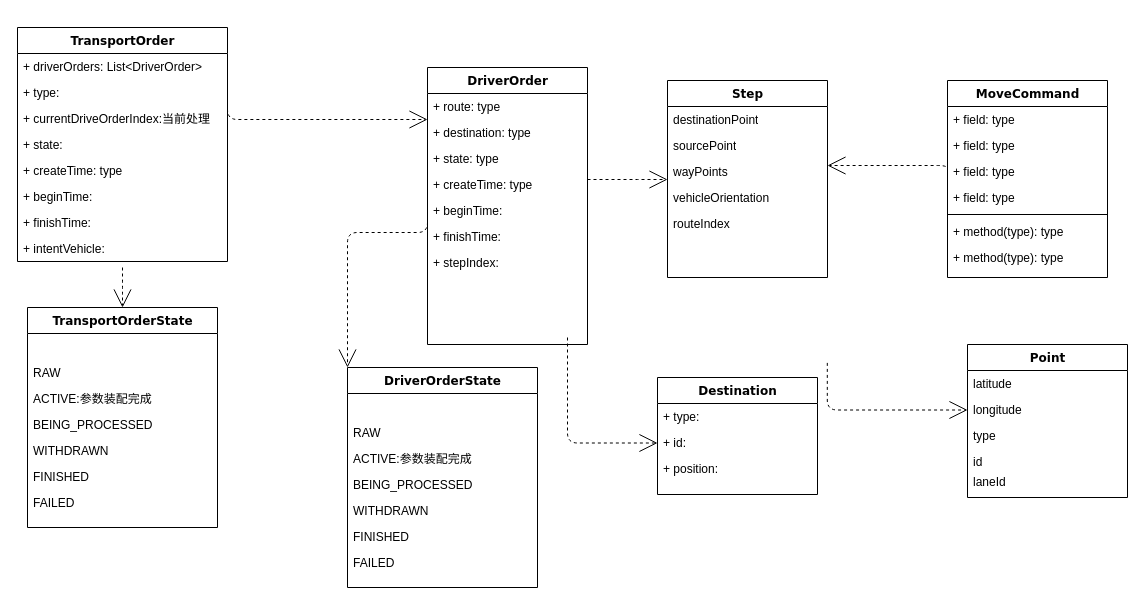
Above: 架构/领域类.drawio in c825503724/fms (draw.io), before the change. Source tidied: cells renumbered, new cells numbered last; positions are measured from the earlier drawing's top-left corner, leaving out a move shared by most shapes. Both pictures are drawn from the tidied source at 100%, with x=0, y=0 at pixel (17, 27).
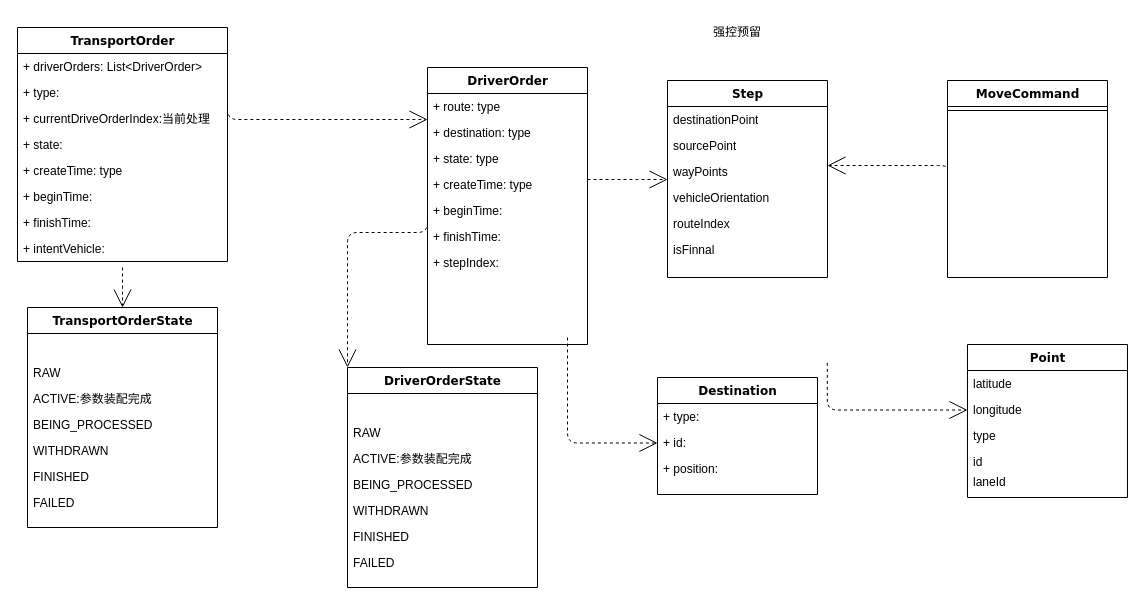
The same diagram, later.

Commit message:
更新领域类.drawio

Unchanged cells that the change refers to:
```xml
<mxCell id="21" value="Step" style="swimlane;html=1;fontStyle=1;align=center;verticalAlign=top;horizontal=1;startSize=26;swimlaneFillColor=#ffffff;rounded=0;shadow=0;comic=0;labelBackgroundColor=none;strokeWidth=1;fillColor=none;fontFamily=Verdana;fontSize=12;" parent="1" vertex="1">
  <mxGeometry x="650" y="53" width="160" height="197" as="geometry" />
</mxCell>
<mxCell id="50" value="MoveCommand" style="swimlane;html=1;fontStyle=1;align=center;verticalAlign=top;horizontal=1;startSize=26;swimlaneFillColor=#ffffff;rounded=0;shadow=0;comic=0;labelBackgroundColor=none;strokeWidth=1;fillColor=none;fontFamily=Verdana;fontSize=12;" parent="1" vertex="1">
  <mxGeometry x="930" y="53" width="160" height="197" as="geometry" />
</mxCell>
```

Change to the diagram source:
```diff
@@
+    <mxCell id="66" value="isFinnal" style="text;html=1;strokeColor=none;fillColor=none;align=left;verticalAlign=top;spacingLeft=4;spacingRight=4;whiteSpace=wrap;overflow=hidden;" parent="21" vertex="1">
+      <mxGeometry y="156" width="160" height="26" as="geometry" />
+    </mxCell>
@@
-    <mxCell id="51" value="+ field: type" style="text;html=1;strokeColor=none;fillColor=none;align=left;verticalAlign=top;spacingLeft=4;spacingRight=4;whiteSpace=wrap;overflow=hidden;" parent="50" vertex="1">
-      <mxGeometry y="26" width="160" height="26" as="geometry" />
-    </mxCell>
-    <mxCell id="52" value="+ field: type" style="text;html=1;strokeColor=none;fillColor=none;align=left;verticalAlign=top;spacingLeft=4;spacingRight=4;whiteSpace=wrap;overflow=hidden;" parent="50" vertex="1">
-      <mxGeometry y="52" width="160" height="26" as="geometry" />
-    </mxCell>
-    <mxCell id="53" value="+ field: type" style="text;html=1;strokeColor=none;fillColor=none;align=left;verticalAlign=top;spacingLeft=4;spacingRight=4;whiteSpace=wrap;overflow=hidden;points=[[0,0.5],[1,0.5]];portConstraint=eastwest;" parent="50" vertex="1">
-      <mxGeometry y="78" width="160" height="26" as="geometry" />
-    </mxCell>
-    <mxCell id="54" value="+ field: type" style="text;html=1;strokeColor=none;fillColor=none;align=left;verticalAlign=top;spacingLeft=4;spacingRight=4;whiteSpace=wrap;overflow=hidden;" parent="50" vertex="1">
-      <mxGeometry y="104" width="160" height="26" as="geometry" />
-    </mxCell>
     <mxCell id="55" style="line;html=1;strokeWidth=1;fillColor=none;align=left;verticalAlign=middle;spacingTop=-1;spacingLeft=3;spacingRight=3;labelPosition=right;" parent="50" vertex="1">
-      <mxGeometry y="130" width="160" height="8" as="geometry" />
+      <mxGeometry y="26" width="160" height="8" as="geometry" />
     </mxCell>
-    <mxCell id="56" value="+ method(type): type" style="text;html=1;strokeColor=none;fillColor=none;align=left;verticalAlign=top;spacingLeft=4;spacingRight=4;whiteSpace=wrap;overflow=hidden;" parent="50" vertex="1">
-      <mxGeometry y="138" width="160" height="26" as="geometry" />
-    </mxCell>
-    <mxCell id="57" value="+ method(type): type" style="text;html=1;strokeColor=none;fillColor=none;align=left;verticalAlign=top;spacingLeft=4;spacingRight=4;whiteSpace=wrap;overflow=hidden;" parent="50" vertex="1">
-      <mxGeometry y="164" width="160" height="26" as="geometry" />
-    </mxCell>
-    <mxCell id="58" style="edgeStyle=elbowEdgeStyle;html=1;labelBackgroundColor=none;startFill=0;startSize=8;endArrow=open;endFill=0;endSize=16;fontFamily=Verdana;fontSize=12;elbow=vertical;dashed=1;exitX=0;exitY=0.5;exitDx=0;exitDy=0;" parent="1" edge="1" source="53">
+    <mxCell id="58" style="edgeStyle=elbowEdgeStyle;html=1;labelBackgroundColor=none;startFill=0;startSize=8;endArrow=open;endFill=0;endSize=16;fontFamily=Verdana;fontSize=12;elbow=vertical;dashed=1;exitX=0;exitY=0.5;exitDx=0;exitDy=0;" parent="1" edge="1">
       <mxGeometry relative="1" as="geometry">
+        <mxPoint x="930" y="144" as="sourcePoint" />
         <mxPoint x="810" y="138" as="targetPoint" />
         <Array as="points">
           <mxPoint x="1240" y="138" />
         </Array>
       </mxGeometry>
     </mxCell>
@@
+    <mxCell id="67" value="强控预留" style="text;strokeColor=none;align=center;fillColor=none;html=1;verticalAlign=middle;whiteSpace=wrap;rounded=0;" parent="1" vertex="1">
+      <mxGeometry x="690" y="-10" width="60" height="30" as="geometry" />
+    </mxCell>
```
